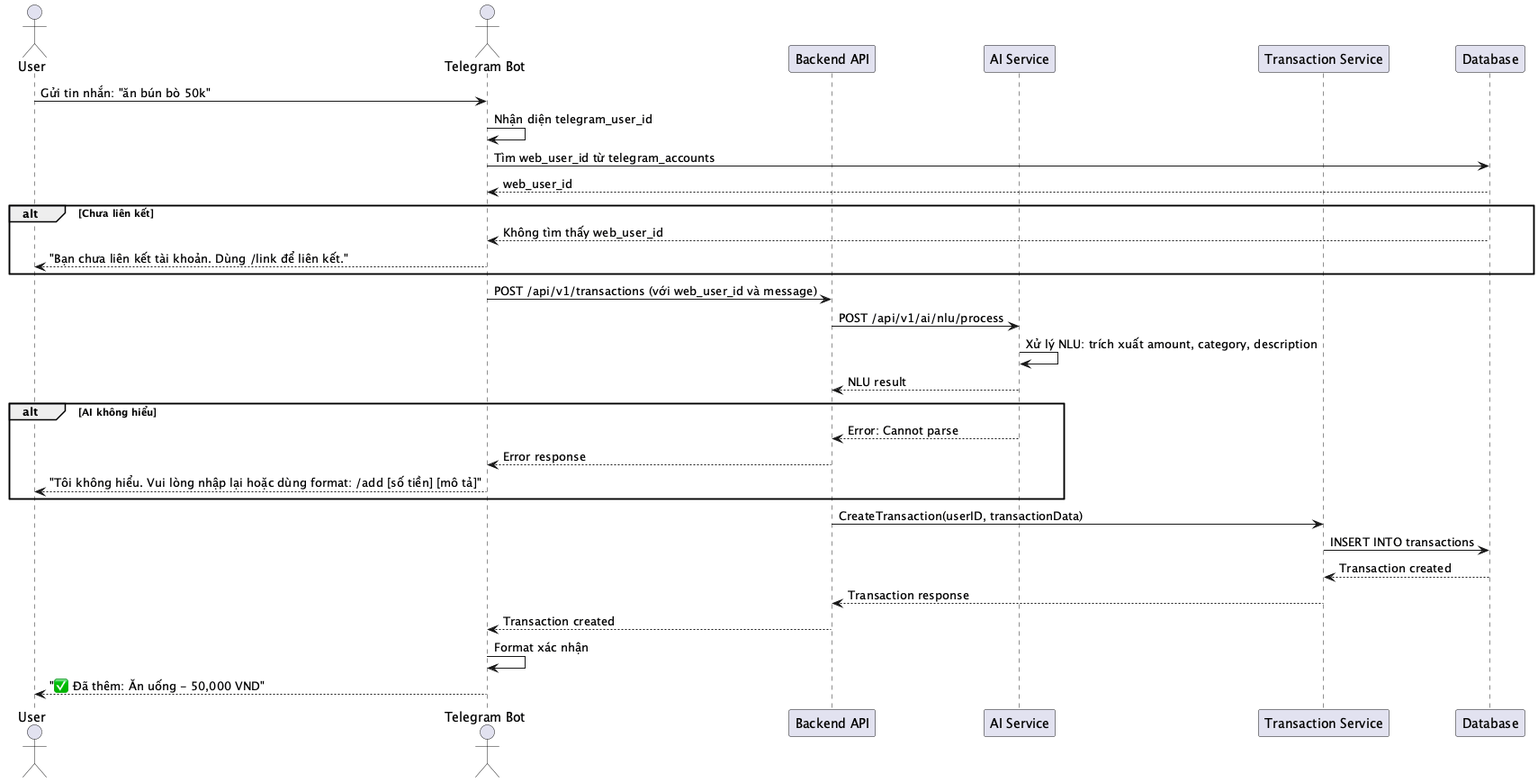
The PlantUML diagram uml-diagrams/SEQ_017_TelegramTransaction.png in quanbin27/TabiMoney, before a commit. The source it was exported from:
```plantuml
@startuml SEQ_017_TelegramTransaction
actor User
actor "Telegram Bot" as Telegram
participant "Backend API" as Backend
participant "AI Service" as AI
participant "Transaction Service" as Service
participant "Database" as DB

User -> Telegram: Gửi tin nhắn: "ăn bún bò 50k"
Telegram -> Telegram: Nhận diện telegram_user_id
Telegram -> DB: Tìm web_user_id từ telegram_accounts
DB --> Telegram: web_user_id

alt Chưa liên kết
    DB --> Telegram: Không tìm thấy web_user_id
    Telegram --> User: "Bạn chưa liên kết tài khoản. Dùng /link để liên kết."
end

Telegram -> Backend: POST /api/v1/transactions (với web_user_id và message)
Backend -> AI: POST /api/v1/ai/nlu/process
AI -> AI: Xử lý NLU: trích xuất amount, category, description
AI --> Backend: NLU result

alt AI không hiểu
    AI --> Backend: Error: Cannot parse
    Backend --> Telegram: Error response
    Telegram --> User: "Tôi không hiểu. Vui lòng nhập lại hoặc dùng format: /add [số tiền] [mô tả]"
end

Backend -> Service: CreateTransaction(userID, transactionData)
Service -> DB: INSERT INTO transactions
DB --> Service: Transaction created
Service --> Backend: Transaction response
Backend --> Telegram: Transaction created
Telegram -> Telegram: Format xác nhận
Telegram --> User: "✅ Đã thêm: Ăn uống - 50,000 VND"
@enduml
```
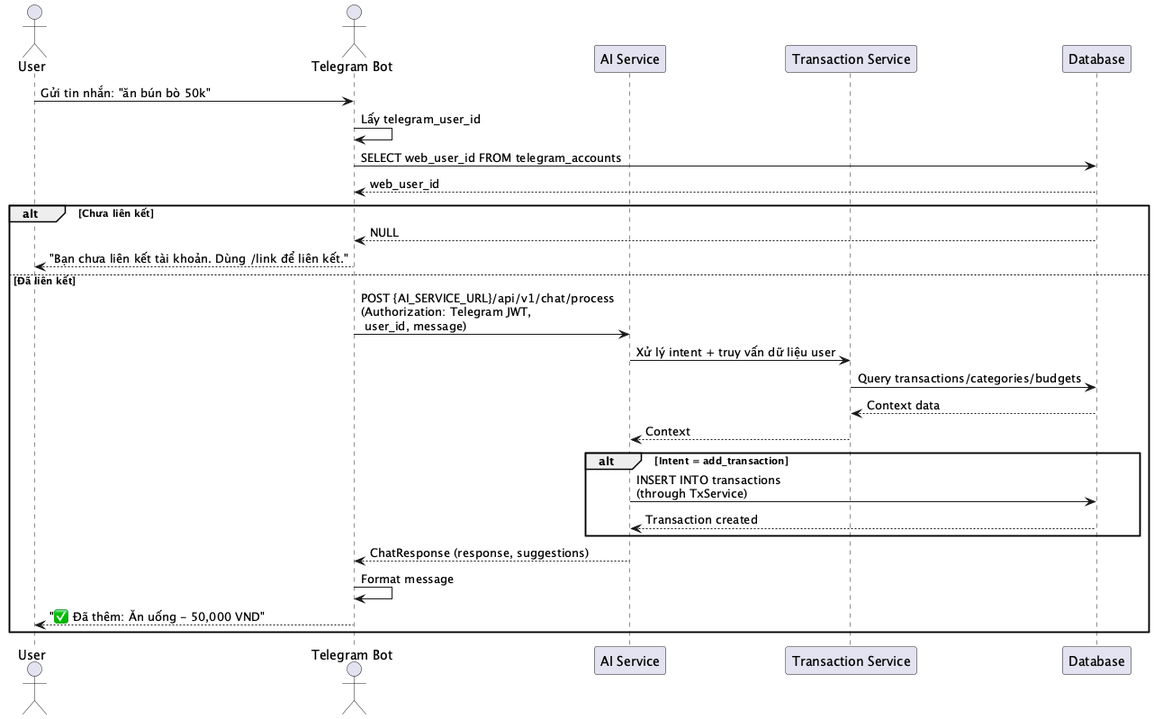
After the change.

The edit, as a diff of the source:
```diff
@@ -1,37 +1,33 @@
 @startuml SEQ_017_TelegramTransaction
 actor User
 actor "Telegram Bot" as Telegram
-participant "Backend API" as Backend
-participant "AI Service" as AI
-participant "Transaction Service" as Service
+participant "AI Service" as AIService
+participant "Transaction Service" as TxService
 participant "Database" as DB
 
 User -> Telegram: Gửi tin nhắn: "ăn bún bò 50k"
-Telegram -> Telegram: Nhận diện telegram_user_id
-Telegram -> DB: Tìm web_user_id từ telegram_accounts
+Telegram -> Telegram: Lấy telegram_user_id
+Telegram -> DB: SELECT web_user_id FROM telegram_accounts
 DB --> Telegram: web_user_id
 
 alt Chưa liên kết
-    DB --> Telegram: Không tìm thấy web_user_id
+    DB --> Telegram: NULL
     Telegram --> User: "Bạn chưa liên kết tài khoản. Dùng /link để liên kết."
+else Đã liên kết
+    Telegram -> AIService: POST {AI_SERVICE_URL}/api/v1/chat/process\n(Authorization: Telegram JWT,\n user_id, message)
+    AIService -> TxService: Xử lý intent + truy vấn dữ liệu user
+    TxService -> DB: Query transactions/categories/budgets
+    DB --> TxService: Context data
+    TxService --> AIService: Context
+
+    alt Intent = add_transaction
+        AIService -> DB: INSERT INTO transactions\n(through TxService)
+        DB --> AIService: Transaction created
+    end
+
+    AIService --> Telegram: ChatResponse (response, suggestions)
+    Telegram -> Telegram: Format message
+    Telegram --> User: "✅ Đã thêm: Ăn uống - 50,000 VND"
 end
 
-Telegram -> Backend: POST /api/v1/transactions (với web_user_id và message)
-Backend -> AI: POST /api/v1/ai/nlu/process
-AI -> AI: Xử lý NLU: trích xuất amount, category, description
-AI --> Backend: NLU result
-
-alt AI không hiểu
-    AI --> Backend: Error: Cannot parse
-    Backend --> Telegram: Error response
-    Telegram --> User: "Tôi không hiểu. Vui lòng nhập lại hoặc dùng format: /add [số tiền] [mô tả]"
-end
-
-Backend -> Service: CreateTransaction(userID, transactionData)
-Service -> DB: INSERT INTO transactions
-DB --> Service: Transaction created
-Service --> Backend: Transaction response
-Backend --> Telegram: Transaction created
-Telegram -> Telegram: Format xác nhận
-Telegram --> User: "✅ Đã thêm: Ăn uống - 50,000 VND"
 @enduml
```
